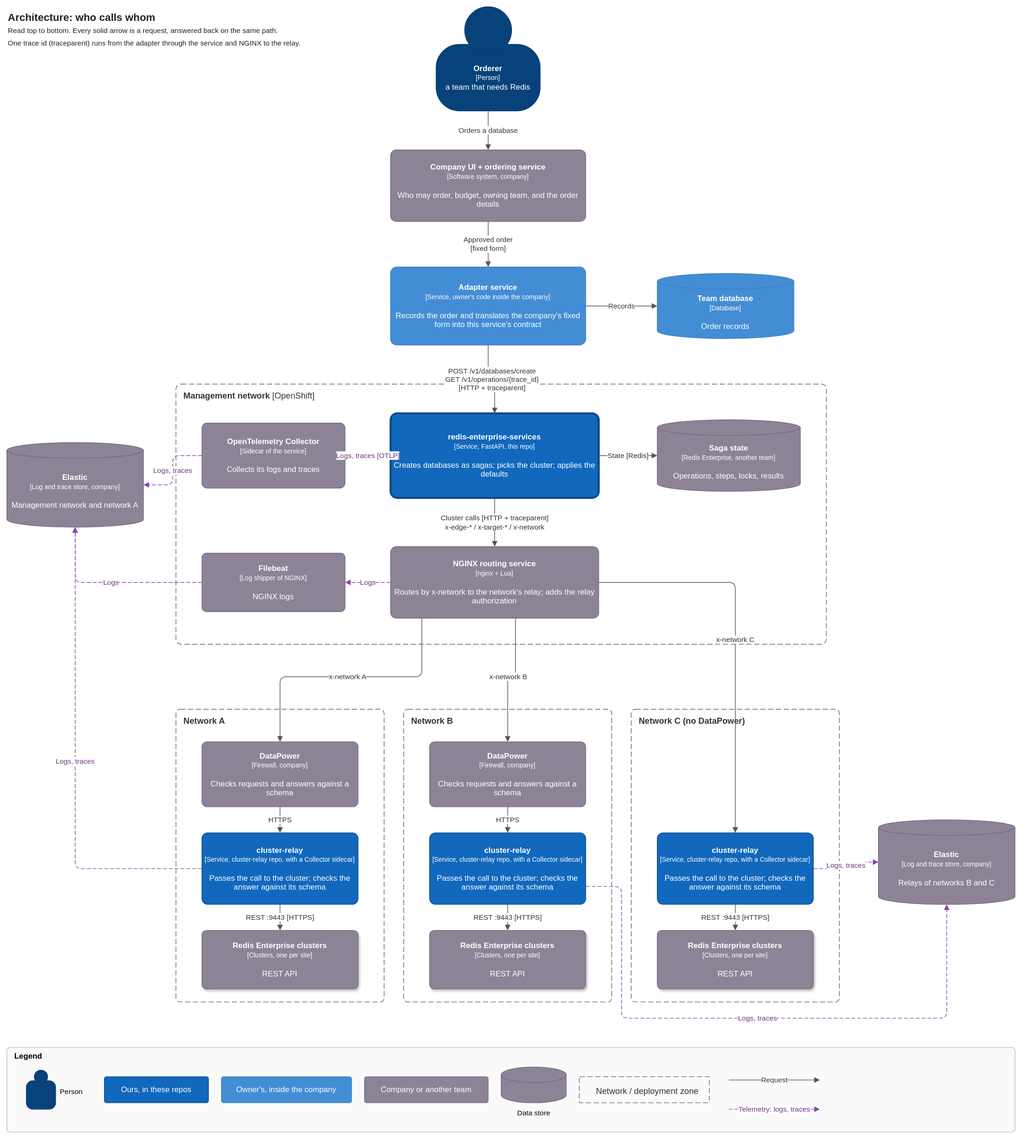
Earlier version of the draw.io export docs/diagrams/02-context.drawio.svg (EliShteinman/redis-enterprise-services). Source tidied: cells renumbered, new cells last; positions are measured from the earlier drawing's top-left corner, leaving out a move shared by most shapes.
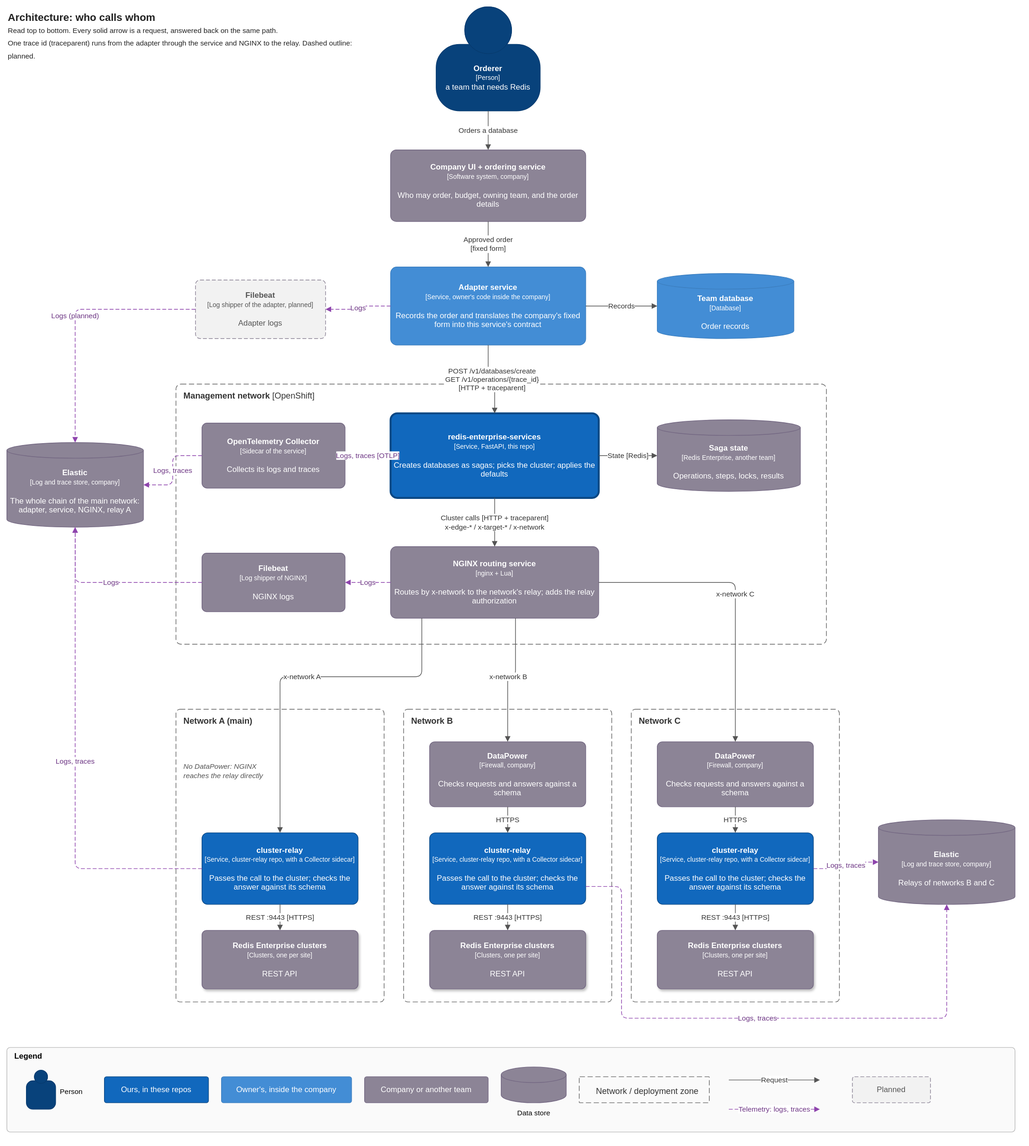
After the change.

Commit message:
docs(diagrams): network A is the main network without DataPower; the adapter ships logs with Filebeat later

Change to the diagram source:
```diff
@@ -2,7 +2,7 @@
   <root>
     <mxCell id="0" />
     <mxCell id="1" parent="0" />
-    <mxCell id="2" value="&lt;b&gt;Architecture: who calls whom&lt;/b&gt;&lt;br&gt;&lt;font style='font-size:11px'&gt;Read top to bottom. Every solid arrow is a request, answered back on the same path.&lt;br&gt;One trace id (traceparent) runs from the adapter through the service and NGINX to the relay.&lt;/font&gt;" style="text;html=1;align=left;verticalAlign=top;whiteSpace=wrap;fontSize=16;fontColor=#222222;" parent="1" vertex="1">
+    <mxCell id="2" value="&lt;b&gt;Architecture: who calls whom&lt;/b&gt;&lt;br&gt;&lt;font style='font-size:11px'&gt;Read top to bottom. Every solid arrow is a request, answered back on the same path.&lt;br&gt;One trace id (traceparent) runs from the adapter through the service and NGINX to the relay. Dashed outline: planned.&lt;/font&gt;" style="text;html=1;align=left;verticalAlign=top;whiteSpace=wrap;fontSize=16;fontColor=#222222;" parent="1" vertex="1">
       <mxGeometry width="560" height="70" as="geometry" />
     </mxCell>
     <mxCell id="3" value="&lt;b&gt;Orderer&lt;/b&gt;&lt;br&gt;&lt;font style='font-size:10px'&gt;[Person]&lt;/font&gt;&lt;br&gt;a team that needs Redis" style="shape=mxgraph.c4.person2;whiteSpace=wrap;html=1;align=center;points=[[0.5,0,0],[1,0.5,0],[1,0.75,0],[0.75,1,0],[0.5,1,0],[0.25,1,0],[0,0.75,0],[0,0.5,0]];fillColor=#08427B;fontColor=#ffffff;strokeColor=#073B6F;fontSize=12;" parent="1" vertex="1">
@@ -14,10 +14,19 @@
     <mxCell id="5" value="&lt;b&gt;Adapter service&lt;/b&gt;&lt;br&gt;&lt;font style='font-size:10px'&gt;[Service, owner's code inside the company]&lt;/font&gt;&lt;br&gt;&lt;br&gt;Records the order and translates the company's fixed form into this service's contract" style="rounded=1;whiteSpace=wrap;html=1;arcSize=8;fillColor=#438DD5;fontColor=#ffffff;strokeColor=#3C7FC0;fontSize=12;" parent="1" vertex="1">
       <mxGeometry x="590" y="400" width="300" height="120" as="geometry" />
     </mxCell>
+    <mxCell id="58" value="&lt;b&gt;Filebeat&lt;/b&gt;&lt;br&gt;&lt;font style='font-size:10px'&gt;[Log shipper of the adapter, planned]&lt;/font&gt;&lt;br&gt;&lt;br&gt;Adapter logs" style="rounded=1;whiteSpace=wrap;html=1;arcSize=8;fillColor=#8C8496;fontColor=#ffffff;strokeColor=#736782;fontSize=12;dashed=1;dashPattern=6 3;fillColor=#F2F2F2;fontColor=#555555;strokeColor=#8C8496;" parent="1" vertex="1">
+      <mxGeometry x="290" y="420" width="200" height="90" as="geometry" />
+    </mxCell>
+    <mxCell id="59" value="Logs" style="edgeStyle=orthogonalEdgeStyle;rounded=1;html=1;endArrow=block;endFill=1;dashed=1;dashPattern=6 3;strokeColor=#8E44AD;fontColor=#6C3483;fontSize=11;labelBackgroundColor=#ffffff;" parent="1" edge="1" source="5" target="58">
+      <mxGeometry relative="1" as="geometry" />
+    </mxCell>
+    <mxCell id="60" value="Logs (planned)" style="edgeStyle=orthogonalEdgeStyle;rounded=1;html=1;endArrow=block;endFill=1;dashed=1;dashPattern=6 3;strokeColor=#8E44AD;fontColor=#6C3483;fontSize=11;labelBackgroundColor=#ffffff;exitX=0;exitY=0.5;exitDx=0;exitDy=0;entryX=0.5;entryY=0;entryDx=0;entryDy=0;" parent="1" edge="1" source="58" target="7">
+      <mxGeometry relative="1" as="geometry" />
+    </mxCell>
     <mxCell id="6" value="&lt;b&gt;Team database&lt;/b&gt;&lt;br&gt;&lt;font style='font-size:10px'&gt;[Database]&lt;/font&gt;&lt;br&gt;&lt;br&gt;Order records" style="shape=cylinder3;whiteSpace=wrap;html=1;boundedLbl=1;backgroundOutline=1;size=12;fillColor=#438DD5;fontColor=#ffffff;strokeColor=#3C7FC0;fontSize=12;" parent="1" vertex="1">
       <mxGeometry x="1000" y="410" width="210" height="100" as="geometry" />
     </mxCell>
-    <mxCell id="7" value="&lt;b&gt;Elastic&lt;/b&gt;&lt;br&gt;&lt;font style='font-size:10px'&gt;[Log and trace store, company]&lt;/font&gt;&lt;br&gt;&lt;br&gt;Management network and network A" style="shape=cylinder3;whiteSpace=wrap;html=1;boundedLbl=1;backgroundOutline=1;size=12;fillColor=#8C8496;fontColor=#ffffff;strokeColor=#736782;fontSize=12;" parent="1" vertex="1">
+    <mxCell id="7" value="&lt;b&gt;Elastic&lt;/b&gt;&lt;br&gt;&lt;font style='font-size:10px'&gt;[Log and trace store, company]&lt;/font&gt;&lt;br&gt;&lt;br&gt;The whole chain of the main network: adapter, service, NGINX, relay A" style="shape=cylinder3;whiteSpace=wrap;html=1;boundedLbl=1;backgroundOutline=1;size=12;fillColor=#8C8496;fontColor=#ffffff;strokeColor=#736782;fontSize=12;" parent="1" vertex="1">
       <mxGeometry y="670" width="210" height="130" as="geometry" />
     </mxCell>
     <mxCell id="8" value="&lt;b&gt;Management network&lt;/b&gt;  [OpenShift]" style="rounded=1;whiteSpace=wrap;html=1;arcSize=2;dashed=1;dashPattern=8 4;fillColor=none;strokeColor=#666666;fontColor=#333333;verticalAlign=top;align=left;spacingLeft=10;spacingTop=4;fontSize=13;" parent="1" vertex="1">
@@ -50,21 +59,18 @@
     <mxCell id="17" value="Logs" style="edgeStyle=orthogonalEdgeStyle;rounded=1;html=1;endArrow=block;endFill=1;dashed=1;dashPattern=6 3;strokeColor=#8E44AD;fontColor=#6C3483;fontSize=11;labelBackgroundColor=#ffffff;" parent="8" edge="1" source="12" target="13">
       <mxGeometry relative="1" as="geometry" />
     </mxCell>
-    <mxCell id="18" value="&lt;b&gt;Network A&lt;/b&gt;" style="rounded=1;whiteSpace=wrap;html=1;arcSize=2;dashed=1;dashPattern=8 4;fillColor=none;strokeColor=#666666;fontColor=#333333;verticalAlign=top;align=left;spacingLeft=10;spacingTop=4;fontSize=13;" parent="1" vertex="1">
+    <mxCell id="18" value="&lt;b&gt;Network A  (main)&lt;/b&gt;" style="rounded=1;whiteSpace=wrap;html=1;arcSize=2;dashed=1;dashPattern=8 4;fillColor=none;strokeColor=#666666;fontColor=#333333;verticalAlign=top;align=left;spacingLeft=10;spacingTop=4;fontSize=13;" parent="1" vertex="1">
       <mxGeometry x="260" y="1080" width="320" height="450" as="geometry" />
     </mxCell>
-    <mxCell id="19" value="&lt;b&gt;DataPower&lt;/b&gt;&lt;br&gt;&lt;font style='font-size:10px'&gt;[Firewall, company]&lt;/font&gt;&lt;br&gt;&lt;br&gt;Checks requests and answers against a schema" style="rounded=1;whiteSpace=wrap;html=1;arcSize=8;fillColor=#8C8496;fontColor=#ffffff;strokeColor=#736782;fontSize=12;" parent="18" vertex="1">
-      <mxGeometry x="40" y="50" width="240" height="100" as="geometry" />
-    </mxCell>
+    <mxCell id="61" value="&lt;i&gt;No DataPower: NGINX reaches the relay directly&lt;/i&gt;" style="text;html=1;align=left;verticalAlign=middle;whiteSpace=wrap;fontSize=11;fontColor=#555555;" parent="18" vertex="1">
+      <mxGeometry x="10" y="60" width="140" height="70" as="geometry" />
+    </mxCell>
     <mxCell id="20" value="&lt;b&gt;cluster-relay&lt;/b&gt;&lt;br&gt;&lt;font style='font-size:10px'&gt;[Service, cluster-relay repo, with a Collector sidecar]&lt;/font&gt;&lt;br&gt;&lt;br&gt;Passes the call to the cluster; checks the answer against its schema" style="rounded=1;whiteSpace=wrap;html=1;arcSize=8;fillColor=#1168BD;fontColor=#ffffff;strokeColor=#0B4884;fontSize=12;" parent="18" vertex="1">
       <mxGeometry x="40" y="190" width="240" height="110" as="geometry" />
     </mxCell>
     <mxCell id="21" value="&lt;b&gt;Redis Enterprise clusters&lt;/b&gt;&lt;br&gt;&lt;font style='font-size:10px'&gt;[Clusters, one per site]&lt;/font&gt;&lt;br&gt;&lt;br&gt;REST API" style="rounded=1;whiteSpace=wrap;html=1;arcSize=8;fillColor=#8C8496;fontColor=#ffffff;strokeColor=#736782;fontSize=12;shadow=1;" parent="18" vertex="1">
       <mxGeometry x="40" y="340" width="240" height="90" as="geometry" />
     </mxCell>
-    <mxCell id="22" value="HTTPS" style="edgeStyle=orthogonalEdgeStyle;rounded=1;html=1;endArrow=block;endFill=1;strokeColor=#555555;fontSize=11;fontColor=#333333;labelBackgroundColor=#ffffff;" parent="18" edge="1" source="19" target="20">
-      <mxGeometry relative="1" as="geometry" />
-    </mxCell>
     <mxCell id="23" value="REST :9443 [HTTPS]" style="edgeStyle=orthogonalEdgeStyle;rounded=1;html=1;endArrow=block;endFill=1;strokeColor=#555555;fontSize=11;fontColor=#333333;labelBackgroundColor=#ffffff;" parent="18" edge="1" source="20" target="21">
       <mxGeometry relative="1" as="geometry" />
     </mxCell>
@@ -86,15 +92,21 @@
     <mxCell id="29" value="REST :9443 [HTTPS]" style="edgeStyle=orthogonalEdgeStyle;rounded=1;html=1;endArrow=block;endFill=1;strokeColor=#555555;fontSize=11;fontColor=#333333;labelBackgroundColor=#ffffff;" parent="24" edge="1" source="26" target="27">
       <mxGeometry relative="1" as="geometry" />
     </mxCell>
-    <mxCell id="30" value="&lt;b&gt;Network C  (no DataPower)&lt;/b&gt;" style="rounded=1;whiteSpace=wrap;html=1;arcSize=2;dashed=1;dashPattern=8 4;fillColor=none;strokeColor=#666666;fontColor=#333333;verticalAlign=top;align=left;spacingLeft=10;spacingTop=4;fontSize=13;" parent="1" vertex="1">
+    <mxCell id="30" value="&lt;b&gt;Network C&lt;/b&gt;" style="rounded=1;whiteSpace=wrap;html=1;arcSize=2;dashed=1;dashPattern=8 4;fillColor=none;strokeColor=#666666;fontColor=#333333;verticalAlign=top;align=left;spacingLeft=10;spacingTop=4;fontSize=13;" parent="1" vertex="1">
       <mxGeometry x="960" y="1080" width="320" height="450" as="geometry" />
     </mxCell>
+    <mxCell id="19" value="&lt;b&gt;DataPower&lt;/b&gt;&lt;br&gt;&lt;font style='font-size:10px'&gt;[Firewall, company]&lt;/font&gt;&lt;br&gt;&lt;br&gt;Checks requests and answers against a schema" style="rounded=1;whiteSpace=wrap;html=1;arcSize=8;fillColor=#8C8496;fontColor=#ffffff;strokeColor=#736782;fontSize=12;" parent="30" vertex="1">
+      <mxGeometry x="40" y="50" width="240" height="100" as="geometry" />
+    </mxCell>
     <mxCell id="31" value="&lt;b&gt;cluster-relay&lt;/b&gt;&lt;br&gt;&lt;font style='font-size:10px'&gt;[Service, cluster-relay repo, with a Collector sidecar]&lt;/font&gt;&lt;br&gt;&lt;br&gt;Passes the call to the cluster; checks the answer against its schema" style="rounded=1;whiteSpace=wrap;html=1;arcSize=8;fillColor=#1168BD;fontColor=#ffffff;strokeColor=#0B4884;fontSize=12;" parent="30" vertex="1">
       <mxGeometry x="40" y="190" width="240" height="110" as="geometry" />
     </mxCell>
     <mxCell id="32" value="&lt;b&gt;Redis Enterprise clusters&lt;/b&gt;&lt;br&gt;&lt;font style='font-size:10px'&gt;[Clusters, one per site]&lt;/font&gt;&lt;br&gt;&lt;br&gt;REST API" style="rounded=1;whiteSpace=wrap;html=1;arcSize=8;fillColor=#8C8496;fontColor=#ffffff;strokeColor=#736782;fontSize=12;shadow=1;" parent="30" vertex="1">
       <mxGeometry x="40" y="340" width="240" height="90" as="geometry" />
     </mxCell>
+    <mxCell id="22" value="HTTPS" style="edgeStyle=orthogonalEdgeStyle;rounded=1;html=1;endArrow=block;endFill=1;strokeColor=#555555;fontSize=11;fontColor=#333333;labelBackgroundColor=#ffffff;" parent="30" edge="1" source="19" target="31">
+      <mxGeometry relative="1" as="geometry" />
+    </mxCell>
     <mxCell id="33" value="REST :9443 [HTTPS]" style="edgeStyle=orthogonalEdgeStyle;rounded=1;html=1;endArrow=block;endFill=1;strokeColor=#555555;fontSize=11;fontColor=#333333;labelBackgroundColor=#ffffff;" parent="30" edge="1" source="31" target="32">
       <mxGeometry relative="1" as="geometry" />
     </mxCell>
@@ -113,7 +125,7 @@
     <mxCell id="38" value="POST /v1/databases/create&lt;br&gt;GET /v1/operations/{trace_id}&lt;br&gt;[HTTP + traceparent]" style="edgeStyle=orthogonalEdgeStyle;rounded=1;html=1;endArrow=block;endFill=1;strokeColor=#555555;fontSize=11;fontColor=#333333;labelBackgroundColor=#ffffff;" parent="1" edge="1" source="5" target="10">
       <mxGeometry relative="1" as="geometry" />
     </mxCell>
-    <mxCell id="39" value="x-network A" style="edgeStyle=orthogonalEdgeStyle;rounded=1;html=1;endArrow=block;endFill=1;strokeColor=#555555;fontSize=11;fontColor=#333333;labelBackgroundColor=#ffffff;exitX=0.15;exitY=1;exitDx=0;exitDy=0;" parent="1" edge="1" source="12" target="19">
+    <mxCell id="39" value="x-network A" style="edgeStyle=orthogonalEdgeStyle;rounded=1;html=1;endArrow=block;endFill=1;strokeColor=#555555;fontSize=11;fontColor=#333333;labelBackgroundColor=#ffffff;exitX=0.15;exitY=1;exitDx=0;exitDy=0;" parent="1" edge="1" source="12" target="20">
       <mxGeometry relative="1" as="geometry">
         <Array as="points">
           <mxPoint x="638" y="1030" />
@@ -129,7 +141,7 @@
         </Array>
       </mxGeometry>
     </mxCell>
-    <mxCell id="41" value="x-network C" style="edgeStyle=orthogonalEdgeStyle;rounded=1;html=1;endArrow=block;endFill=1;strokeColor=#555555;fontSize=11;fontColor=#333333;labelBackgroundColor=#ffffff;exitX=1;exitY=0.5;exitDx=0;exitDy=0;" parent="1" edge="1" source="12" target="31">
+    <mxCell id="41" value="x-network C" style="edgeStyle=orthogonalEdgeStyle;rounded=1;html=1;endArrow=block;endFill=1;strokeColor=#555555;fontSize=11;fontColor=#333333;labelBackgroundColor=#ffffff;exitX=1;exitY=0.5;exitDx=0;exitDy=0;" parent="1" edge="1" source="12" target="19">
       <mxGeometry relative="1" as="geometry">
         <Array as="points">
           <mxPoint x="1120" y="885" />
@@ -185,6 +197,9 @@
     <mxCell id="54" value="Data store" style="text;html=1;align=center;fontSize=11;" parent="47" vertex="1">
       <mxGeometry x="760" y="88" width="100" height="20" as="geometry" />
     </mxCell>
+    <mxCell id="62" value="Planned" style="rounded=1;whiteSpace=wrap;html=1;arcSize=8;fillColor=#8C8496;fontColor=#ffffff;strokeColor=#736782;fontSize=12;dashed=1;dashPattern=6 3;fillColor=#F2F2F2;fontColor=#555555;strokeColor=#8C8496;" parent="47" vertex="1">
+      <mxGeometry x="1300" y="45" width="120" height="40" as="geometry" />
+    </mxCell>
     <mxCell id="55" value="Network / deployment zone" style="rounded=1;whiteSpace=wrap;html=1;arcSize=2;dashed=1;dashPattern=8 4;fillColor=none;strokeColor=#666666;fontColor=#333333;verticalAlign=top;align=left;spacingLeft=10;spacingTop=4;fontSize=13;verticalAlign=middle;align=center;" parent="47" vertex="1">
       <mxGeometry x="880" y="45" width="200" height="40" as="geometry" />
     </mxCell>
```
